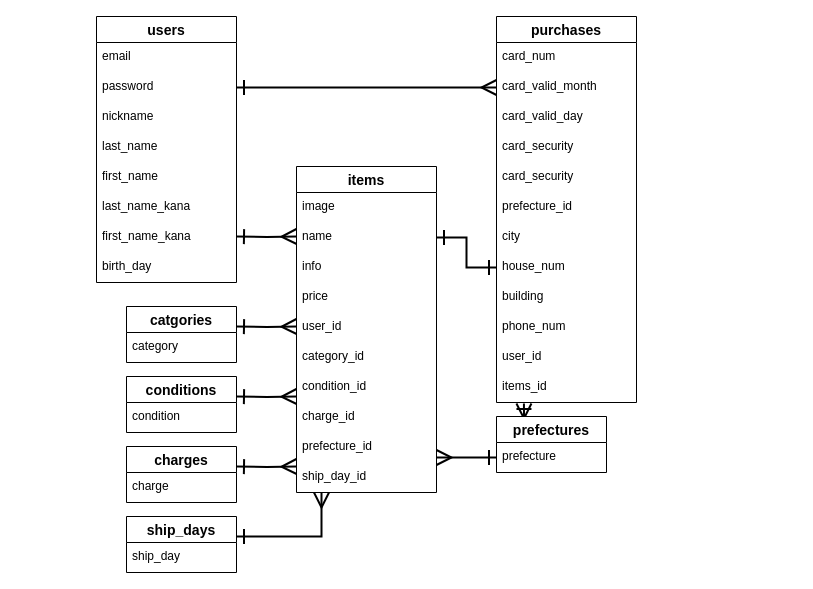
The draw.io diagram er.dio in Buchikin/furima-33942, before the edit. Source tidied: cells renumbered, new cells numbered last; positions are measured from the earlier drawing's top-left corner, leaving out a move shared by most shapes. Both pictures are drawn from the tidied source at 100%, with x=0, y=0 at pixel (96, 16).
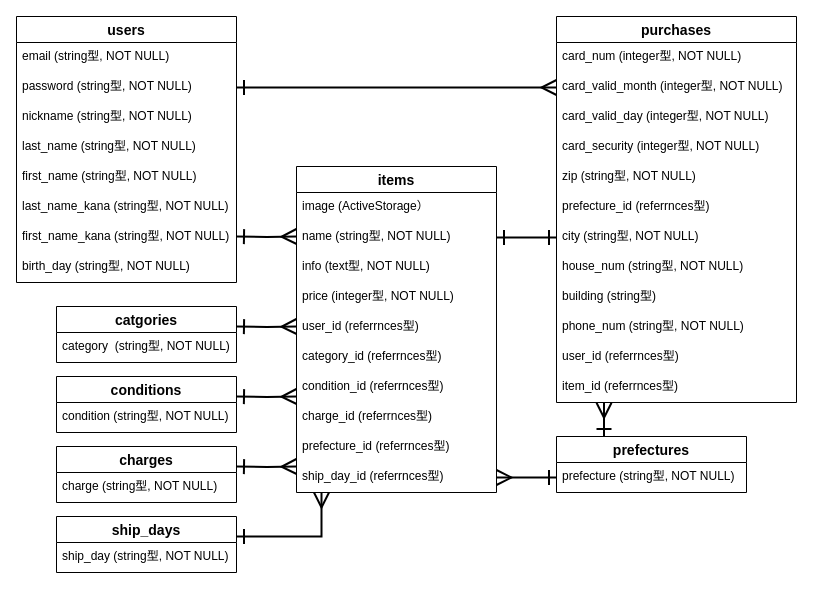
After the change.

What changed in the source:
```diff
@@
     <mxCell id="2" value="users" style="swimlane;fontStyle=1;horizontal=1;startSize=26;align=center;fontSize=14;" parent="1" vertex="1">
-      <mxGeometry width="140" height="266" as="geometry" />
+      <mxGeometry x="-80" width="220" height="266" as="geometry" />
     </mxCell>
-    <mxCell id="3" value="email" style="text;strokeColor=none;fillColor=none;spacingLeft=4;spacingRight=4;overflow=hidden;fontSize=12;" parent="2" vertex="1">
-      <mxGeometry y="26" width="140" height="30" as="geometry" />
+    <mxCell id="3" value="email (string型, NOT NULL)" style="text;strokeColor=none;fillColor=none;spacingLeft=4;spacingRight=4;overflow=hidden;fontSize=12;" parent="2" vertex="1">
+      <mxGeometry y="26" width="220" height="30" as="geometry" />
     </mxCell>
-    <mxCell id="4" value="password" style="text;strokeColor=none;fillColor=none;spacingLeft=4;spacingRight=4;overflow=hidden;points=[[0,0.5],[1,0.5]];portConstraint=eastwest;fontSize=12;" parent="2" vertex="1">
-      <mxGeometry y="56" width="140" height="30" as="geometry" />
+    <mxCell id="4" value="password (string型, NOT NULL)" style="text;strokeColor=none;fillColor=none;spacingLeft=4;spacingRight=4;overflow=hidden;points=[[0,0.5],[1,0.5]];portConstraint=eastwest;fontSize=12;" parent="2" vertex="1">
+      <mxGeometry y="56" width="220" height="30" as="geometry" />
     </mxCell>
-    <mxCell id="5" value="nickname" style="text;strokeColor=none;fillColor=none;spacingLeft=4;spacingRight=4;overflow=hidden;fontSize=12;" parent="2" vertex="1">
-      <mxGeometry y="86" width="140" height="30" as="geometry" />
+    <mxCell id="5" value="nickname (string型, NOT NULL)" style="text;strokeColor=none;fillColor=none;spacingLeft=4;spacingRight=4;overflow=hidden;fontSize=12;" parent="2" vertex="1">
+      <mxGeometry y="86" width="220" height="30" as="geometry" />
     </mxCell>
-    <mxCell id="6" value="last_name" style="text;strokeColor=none;fillColor=none;spacingLeft=4;spacingRight=4;overflow=hidden;fontSize=12;" parent="2" vertex="1">
-      <mxGeometry y="116" width="140" height="30" as="geometry" />
+    <mxCell id="6" value="last_name (string型, NOT NULL)" style="text;strokeColor=none;fillColor=none;spacingLeft=4;spacingRight=4;overflow=hidden;fontSize=12;" parent="2" vertex="1">
+      <mxGeometry y="116" width="220" height="30" as="geometry" />
     </mxCell>
-    <mxCell id="7" value="first_name" style="text;strokeColor=none;fillColor=none;spacingLeft=4;spacingRight=4;overflow=hidden;fontSize=12;" parent="2" vertex="1">
-      <mxGeometry y="146" width="140" height="30" as="geometry" />
+    <mxCell id="7" value="first_name (string型, NOT NULL)" style="text;strokeColor=none;fillColor=none;spacingLeft=4;spacingRight=4;overflow=hidden;fontSize=12;" parent="2" vertex="1">
+      <mxGeometry y="146" width="220" height="30" as="geometry" />
     </mxCell>
-    <mxCell id="8" value="last_name_kana" style="text;strokeColor=none;fillColor=none;spacingLeft=4;spacingRight=4;overflow=hidden;fontSize=12;" parent="2" vertex="1">
-      <mxGeometry y="176" width="140" height="30" as="geometry" />
+    <mxCell id="8" value="last_name_kana (string型, NOT NULL)" style="text;strokeColor=none;fillColor=none;spacingLeft=4;spacingRight=4;overflow=hidden;fontSize=12;" parent="2" vertex="1">
+      <mxGeometry y="176" width="220" height="30" as="geometry" />
     </mxCell>
-    <mxCell id="9" value="first_name_kana" style="text;strokeColor=none;fillColor=none;spacingLeft=4;spacingRight=4;overflow=hidden;fontSize=12;" parent="2" vertex="1">
-      <mxGeometry y="206" width="140" height="30" as="geometry" />
+    <mxCell id="9" value="first_name_kana (string型, NOT NULL)" style="text;strokeColor=none;fillColor=none;spacingLeft=4;spacingRight=4;overflow=hidden;fontSize=12;" parent="2" vertex="1">
+      <mxGeometry y="206" width="220" height="30" as="geometry" />
     </mxCell>
-    <mxCell id="10" value="birth_day" style="text;strokeColor=none;fillColor=none;spacingLeft=4;spacingRight=4;overflow=hidden;fontSize=12;" parent="2" vertex="1">
-      <mxGeometry y="236" width="140" height="30" as="geometry" />
+    <mxCell id="10" value="birth_day (string型, NOT NULL)" style="text;strokeColor=none;fillColor=none;spacingLeft=4;spacingRight=4;overflow=hidden;fontSize=12;" parent="2" vertex="1">
+      <mxGeometry y="236" width="220" height="30" as="geometry" />
     </mxCell>
     <mxCell id="11" value="purchases" style="swimlane;fontStyle=1;horizontal=1;startSize=26;align=center;fontSize=14;" parent="1" vertex="1">
-      <mxGeometry x="400" width="140" height="386" as="geometry" />
+      <mxGeometry x="460" width="240" height="386" as="geometry" />
     </mxCell>
-    <mxCell id="12" value="card_num" style="text;strokeColor=none;fillColor=none;spacingLeft=4;spacingRight=4;overflow=hidden;fontSize=12;" parent="11" vertex="1">
-      <mxGeometry y="26" width="140" height="30" as="geometry" />
+    <mxCell id="12" value="card_num (integer型, NOT NULL)" style="text;strokeColor=none;fillColor=none;spacingLeft=4;spacingRight=4;overflow=hidden;fontSize=12;" parent="11" vertex="1">
+      <mxGeometry y="26" width="240" height="30" as="geometry" />
     </mxCell>
-    <mxCell id="13" value="card_valid_month" style="text;strokeColor=none;fillColor=none;spacingLeft=4;spacingRight=4;overflow=hidden;points=[[0,0.5],[1,0.5]];portConstraint=eastwest;fontSize=12;" parent="11" vertex="1">
-      <mxGeometry y="56" width="140" height="30" as="geometry" />
+    <mxCell id="13" value="card_valid_month (integer型, NOT NULL)" style="text;strokeColor=none;fillColor=none;spacingLeft=4;spacingRight=4;overflow=hidden;points=[[0,0.5],[1,0.5]];portConstraint=eastwest;fontSize=12;" parent="11" vertex="1">
+      <mxGeometry y="56" width="240" height="30" as="geometry" />
     </mxCell>
-    <mxCell id="14" value="card_valid_day" style="text;strokeColor=none;fillColor=none;spacingLeft=4;spacingRight=4;overflow=hidden;fontSize=12;" parent="11" vertex="1">
-      <mxGeometry y="86" width="140" height="30" as="geometry" />
+    <mxCell id="14" value="card_valid_day (integer型, NOT NULL)" style="text;strokeColor=none;fillColor=none;spacingLeft=4;spacingRight=4;overflow=hidden;fontSize=12;" parent="11" vertex="1">
+      <mxGeometry y="86" width="240" height="30" as="geometry" />
     </mxCell>
-    <mxCell id="15" value="card_security" style="text;strokeColor=none;fillColor=none;spacingLeft=4;spacingRight=4;overflow=hidden;fontSize=12;" parent="11" vertex="1">
-      <mxGeometry y="116" width="140" height="30" as="geometry" />
+    <mxCell id="15" value="card_security (integer型, NOT NULL)" style="text;strokeColor=none;fillColor=none;spacingLeft=4;spacingRight=4;overflow=hidden;fontSize=12;" parent="11" vertex="1">
+      <mxGeometry y="116" width="240" height="30" as="geometry" />
     </mxCell>
-    <mxCell id="16" value="card_security" style="text;strokeColor=none;fillColor=none;spacingLeft=4;spacingRight=4;overflow=hidden;fontSize=12;" parent="11" vertex="1">
-      <mxGeometry y="146" width="140" height="30" as="geometry" />
+    <mxCell id="16" value="zip (string型, NOT NULL)" style="text;strokeColor=none;fillColor=none;spacingLeft=4;spacingRight=4;overflow=hidden;fontSize=12;" parent="11" vertex="1">
+      <mxGeometry y="146" width="240" height="30" as="geometry" />
     </mxCell>
-    <mxCell id="17" value="prefecture_id" style="text;strokeColor=none;fillColor=none;spacingLeft=4;spacingRight=4;overflow=hidden;fontSize=12;" parent="11" vertex="1">
-      <mxGeometry y="176" width="140" height="30" as="geometry" />
+    <mxCell id="17" value="prefecture_id (referrnces型)" style="text;strokeColor=none;fillColor=none;spacingLeft=4;spacingRight=4;overflow=hidden;fontSize=12;" parent="11" vertex="1">
+      <mxGeometry y="176" width="240" height="30" as="geometry" />
     </mxCell>
-    <mxCell id="18" value="city" style="text;strokeColor=none;fillColor=none;spacingLeft=4;spacingRight=4;overflow=hidden;points=[[0,0.5],[1,0.5]];portConstraint=eastwest;fontSize=12;" parent="11" vertex="1">
-      <mxGeometry y="206" width="140" height="30" as="geometry" />
+    <mxCell id="18" value="city (string型, NOT NULL)" style="text;strokeColor=none;fillColor=none;spacingLeft=4;spacingRight=4;overflow=hidden;points=[[0,0.5],[1,0.5]];portConstraint=eastwest;fontSize=12;" parent="11" vertex="1">
+      <mxGeometry y="206" width="240" height="30" as="geometry" />
     </mxCell>
-    <mxCell id="19" value="house_num" style="text;strokeColor=none;fillColor=none;spacingLeft=4;spacingRight=4;overflow=hidden;points=[[0,0.5],[1,0.5]];portConstraint=eastwest;fontSize=12;" parent="11" vertex="1">
-      <mxGeometry y="236" width="140" height="30" as="geometry" />
+    <mxCell id="19" value="house_num (string型, NOT NULL)" style="text;strokeColor=none;fillColor=none;spacingLeft=4;spacingRight=4;overflow=hidden;points=[[0,0.5],[1,0.5]];portConstraint=eastwest;fontSize=12;" parent="11" vertex="1">
+      <mxGeometry y="236" width="240" height="30" as="geometry" />
     </mxCell>
-    <mxCell id="20" value="building" style="text;strokeColor=none;fillColor=none;spacingLeft=4;spacingRight=4;overflow=hidden;fontSize=12;" parent="11" vertex="1">
-      <mxGeometry y="266" width="140" height="30" as="geometry" />
+    <mxCell id="20" value="building (string型)" style="text;strokeColor=none;fillColor=none;spacingLeft=4;spacingRight=4;overflow=hidden;fontSize=12;" parent="11" vertex="1">
+      <mxGeometry y="266" width="240" height="30" as="geometry" />
     </mxCell>
-    <mxCell id="21" value="phone_num" style="text;strokeColor=none;fillColor=none;spacingLeft=4;spacingRight=4;overflow=hidden;fontSize=12;" parent="11" vertex="1">
-      <mxGeometry y="296" width="140" height="30" as="geometry" />
+    <mxCell id="21" value="phone_num (string型, NOT NULL)" style="text;strokeColor=none;fillColor=none;spacingLeft=4;spacingRight=4;overflow=hidden;fontSize=12;" parent="11" vertex="1">
+      <mxGeometry y="296" width="240" height="30" as="geometry" />
     </mxCell>
-    <mxCell id="22" value="user_id" style="text;strokeColor=none;fillColor=none;spacingLeft=4;spacingRight=4;overflow=hidden;fontSize=12;" parent="11" vertex="1">
-      <mxGeometry y="326" width="140" height="30" as="geometry" />
+    <mxCell id="22" value="user_id (referrnces型)" style="text;strokeColor=none;fillColor=none;spacingLeft=4;spacingRight=4;overflow=hidden;fontSize=12;" parent="11" vertex="1">
+      <mxGeometry y="326" width="240" height="30" as="geometry" />
     </mxCell>
-    <mxCell id="23" value="items_id" style="text;strokeColor=none;fillColor=none;spacingLeft=4;spacingRight=4;overflow=hidden;points=[[0,0.5],[1,0.5]];portConstraint=eastwest;fontSize=12;" parent="11" vertex="1">
-      <mxGeometry y="356" width="140" height="30" as="geometry" />
+    <mxCell id="23" value="item_id (referrnces型)" style="text;strokeColor=none;fillColor=none;spacingLeft=4;spacingRight=4;overflow=hidden;points=[[0,0.5],[1,0.5]];portConstraint=eastwest;fontSize=12;" parent="11" vertex="1">
+      <mxGeometry y="356" width="240" height="30" as="geometry" />
     </mxCell>
     <mxCell id="24" value="items" style="swimlane;fontStyle=1;horizontal=1;startSize=26;align=center;fontSize=14;" parent="1" vertex="1">
-      <mxGeometry x="200" y="150" width="140" height="326" as="geometry" />
+      <mxGeometry x="200" y="150" width="200" height="326" as="geometry" />
     </mxCell>
-    <mxCell id="25" value="image" style="text;strokeColor=none;fillColor=none;spacingLeft=4;spacingRight=4;overflow=hidden;fontSize=12;" parent="24" vertex="1">
-      <mxGeometry y="26" width="140" height="30" as="geometry" />
+    <mxCell id="25" value="image (ActiveStorage）" style="text;strokeColor=none;fillColor=none;spacingLeft=4;spacingRight=4;overflow=hidden;fontSize=12;" parent="24" vertex="1">
+      <mxGeometry y="26" width="200" height="30" as="geometry" />
     </mxCell>
-    <mxCell id="26" value="name" style="text;strokeColor=none;fillColor=none;spacingLeft=4;spacingRight=4;overflow=hidden;points=[[0,0.5],[1,0.5]];portConstraint=eastwest;fontSize=12;" parent="24" vertex="1">
-      <mxGeometry y="56" width="140" height="30" as="geometry" />
+    <mxCell id="26" value="name (string型, NOT NULL)" style="text;strokeColor=none;fillColor=none;spacingLeft=4;spacingRight=4;overflow=hidden;points=[[0,0.5],[1,0.5]];portConstraint=eastwest;fontSize=12;" parent="24" vertex="1">
+      <mxGeometry y="56" width="200" height="30" as="geometry" />
     </mxCell>
-    <mxCell id="27" value="info" style="text;strokeColor=none;fillColor=none;spacingLeft=4;spacingRight=4;overflow=hidden;fontSize=12;" parent="24" vertex="1">
-      <mxGeometry y="86" width="140" height="30" as="geometry" />
+    <mxCell id="27" value="info (text型, NOT NULL)" style="text;strokeColor=none;fillColor=none;spacingLeft=4;spacingRight=4;overflow=hidden;fontSize=12;" parent="24" vertex="1">
+      <mxGeometry y="86" width="200" height="30" as="geometry" />
     </mxCell>
-    <mxCell id="28" value="price" style="text;strokeColor=none;fillColor=none;spacingLeft=4;spacingRight=4;overflow=hidden;fontSize=12;" parent="24" vertex="1">
-      <mxGeometry y="116" width="140" height="30" as="geometry" />
+    <mxCell id="28" value="price (integer型, NOT NULL)" style="text;strokeColor=none;fillColor=none;spacingLeft=4;spacingRight=4;overflow=hidden;fontSize=12;" parent="24" vertex="1">
+      <mxGeometry y="116" width="200" height="30" as="geometry" />
     </mxCell>
-    <mxCell id="29" value="user_id" style="text;strokeColor=none;fillColor=none;spacingLeft=4;spacingRight=4;overflow=hidden;fontSize=12;" parent="24" vertex="1">
-      <mxGeometry y="146" width="140" height="30" as="geometry" />
+    <mxCell id="29" value="user_id (referrnces型)" style="text;strokeColor=none;fillColor=none;spacingLeft=4;spacingRight=4;overflow=hidden;fontSize=12;" parent="24" vertex="1">
+      <mxGeometry y="146" width="200" height="30" as="geometry" />
     </mxCell>
-    <mxCell id="30" value="category_id" style="text;strokeColor=none;fillColor=none;spacingLeft=4;spacingRight=4;overflow=hidden;fontSize=12;" parent="24" vertex="1">
-      <mxGeometry y="176" width="140" height="30" as="geometry" />
+    <mxCell id="30" value="category_id (referrnces型)" style="text;strokeColor=none;fillColor=none;spacingLeft=4;spacingRight=4;overflow=hidden;fontSize=12;" parent="24" vertex="1">
+      <mxGeometry y="176" width="200" height="30" as="geometry" />
     </mxCell>
-    <mxCell id="31" value="condition_id" style="text;strokeColor=none;fillColor=none;spacingLeft=4;spacingRight=4;overflow=hidden;fontSize=12;" parent="24" vertex="1">
-      <mxGeometry y="206" width="140" height="30" as="geometry" />
+    <mxCell id="31" value="condition_id (referrnces型)" style="text;strokeColor=none;fillColor=none;spacingLeft=4;spacingRight=4;overflow=hidden;fontSize=12;" parent="24" vertex="1">
+      <mxGeometry y="206" width="200" height="30" as="geometry" />
     </mxCell>
-    <mxCell id="32" value="charge_id" style="text;strokeColor=none;fillColor=none;spacingLeft=4;spacingRight=4;overflow=hidden;fontSize=12;" parent="24" vertex="1">
-      <mxGeometry y="236" width="140" height="30" as="geometry" />
+    <mxCell id="32" value="charge_id (referrnces型)" style="text;strokeColor=none;fillColor=none;spacingLeft=4;spacingRight=4;overflow=hidden;fontSize=12;" parent="24" vertex="1">
+      <mxGeometry y="236" width="200" height="30" as="geometry" />
     </mxCell>
-    <mxCell id="33" value="prefecture_id" style="text;strokeColor=none;fillColor=none;spacingLeft=4;spacingRight=4;overflow=hidden;fontSize=12;" parent="24" vertex="1">
-      <mxGeometry y="266" width="140" height="30" as="geometry" />
+    <mxCell id="33" value="prefecture_id (referrnces型)" style="text;strokeColor=none;fillColor=none;spacingLeft=4;spacingRight=4;overflow=hidden;fontSize=12;" parent="24" vertex="1">
+      <mxGeometry y="266" width="200" height="30" as="geometry" />
     </mxCell>
-    <mxCell id="34" value="ship_day_id" style="text;strokeColor=none;fillColor=none;spacingLeft=4;spacingRight=4;overflow=hidden;points=[[0,0.5],[1,0.5]];portConstraint=eastwest;fontSize=12;" parent="24" vertex="1">
-      <mxGeometry y="296" width="140" height="30" as="geometry" />
+    <mxCell id="34" value="ship_day_id (referrnces型)" style="text;strokeColor=none;fillColor=none;spacingLeft=4;spacingRight=4;overflow=hidden;points=[[0,0.5],[1,0.5]];portConstraint=eastwest;fontSize=12;" parent="24" vertex="1">
+      <mxGeometry y="296" width="200" height="30" as="geometry" />
     </mxCell>
     <mxCell id="35" value="catgories" style="swimlane;fontStyle=1;horizontal=1;startSize=26;align=center;fontSize=14;" parent="1" vertex="1">
-      <mxGeometry x="30" y="290" width="110" height="56" as="geometry" />
+      <mxGeometry x="-40" y="290" width="180" height="56" as="geometry" />
     </mxCell>
-    <mxCell id="36" value="category" style="text;strokeColor=none;fillColor=none;spacingLeft=4;spacingRight=4;overflow=hidden;fontSize=12;" parent="35" vertex="1">
-      <mxGeometry y="26" width="110" height="30" as="geometry" />
+    <mxCell id="36" value="category  (string型, NOT NULL)" style="text;strokeColor=none;fillColor=none;spacingLeft=4;spacingRight=4;overflow=hidden;fontSize=12;" parent="35" vertex="1">
+      <mxGeometry y="26" width="180" height="30" as="geometry" />
     </mxCell>
     <mxCell id="37" value="conditions" style="swimlane;fontStyle=1;horizontal=1;startSize=26;align=center;fontSize=14;" parent="1" vertex="1">
-      <mxGeometry x="30" y="360" width="110" height="56" as="geometry" />
+      <mxGeometry x="-40" y="360" width="180" height="56" as="geometry" />
     </mxCell>
-    <mxCell id="38" value="condition" style="text;strokeColor=none;fillColor=none;spacingLeft=4;spacingRight=4;overflow=hidden;fontSize=12;" parent="37" vertex="1">
-      <mxGeometry y="26" width="110" height="30" as="geometry" />
+    <mxCell id="38" value="condition (string型, NOT NULL)" style="text;strokeColor=none;fillColor=none;spacingLeft=4;spacingRight=4;overflow=hidden;fontSize=12;" parent="37" vertex="1">
+      <mxGeometry y="26" width="180" height="30" as="geometry" />
     </mxCell>
     <mxCell id="39" value="charges" style="swimlane;fontStyle=1;horizontal=1;startSize=26;align=center;fontSize=14;" parent="1" vertex="1">
-      <mxGeometry x="30" y="430" width="110" height="56" as="geometry" />
+      <mxGeometry x="-40" y="430" width="180" height="56" as="geometry" />
     </mxCell>
-    <mxCell id="40" value="charge" style="text;strokeColor=none;fillColor=none;spacingLeft=4;spacingRight=4;overflow=hidden;fontSize=12;" parent="39" vertex="1">
-      <mxGeometry y="26" width="110" height="30" as="geometry" />
+    <mxCell id="40" value="charge (string型, NOT NULL)" style="text;strokeColor=none;fillColor=none;spacingLeft=4;spacingRight=4;overflow=hidden;fontSize=12;" parent="39" vertex="1">
+      <mxGeometry y="26" width="180" height="30" as="geometry" />
     </mxCell>
     <mxCell id="41" value="ship_days" style="swimlane;fontStyle=1;horizontal=1;startSize=26;align=center;fontSize=14;" parent="1" vertex="1">
-      <mxGeometry x="30" y="500" width="110" height="56" as="geometry" />
+      <mxGeometry x="-40" y="500" width="180" height="56" as="geometry" />
     </mxCell>
-    <mxCell id="42" value="ship_day" style="text;strokeColor=none;fillColor=none;spacingLeft=4;spacingRight=4;overflow=hidden;fontSize=12;" parent="41" vertex="1">
-      <mxGeometry y="26" width="110" height="30" as="geometry" />
+    <mxCell id="42" value="ship_day (string型, NOT NULL)" style="text;strokeColor=none;fillColor=none;spacingLeft=4;spacingRight=4;overflow=hidden;fontSize=12;" parent="41" vertex="1">
+      <mxGeometry y="26" width="180" height="30" as="geometry" />
     </mxCell>
-    <mxCell id="43" style="edgeStyle=orthogonalEdgeStyle;rounded=0;jettySize=auto;html=1;exitX=0.25;exitY=0;exitDx=0;exitDy=0;entryX=0.196;entryY=1.033;entryDx=0;entryDy=0;entryPerimeter=0;startArrow=ERone;startFill=0;startSize=12;endArrow=ERmany;endFill=0;endSize=12;strokeWidth=2;" parent="1" edge="1" source="44" target="23">
+    <mxCell id="43" style="edgeStyle=orthogonalEdgeStyle;rounded=0;jettySize=auto;html=1;exitX=0.25;exitY=0;exitDx=0;exitDy=0;entryX=0.198;entryY=1.006;entryDx=0;entryDy=0;entryPerimeter=0;startArrow=ERone;startFill=0;startSize=12;endArrow=ERmany;endFill=0;endSize=12;strokeWidth=2;" parent="1" edge="1" source="44" target="23">
       <mxGeometry relative="1" as="geometry" />
     </mxCell>
     <mxCell id="44" value="prefectures" style="swimlane;fontStyle=1;horizontal=1;startSize=26;align=center;fontSize=14;" parent="1" vertex="1">
-      <mxGeometry x="400" y="400" width="110" height="56" as="geometry" />
+      <mxGeometry x="460" y="420" width="190" height="56" as="geometry" />
     </mxCell>
-    <mxCell id="45" value="prefecture" style="text;strokeColor=none;fillColor=none;spacingLeft=4;spacingRight=4;overflow=hidden;points=[[0,0.5],[1,0.5]];portConstraint=eastwest;fontSize=12;" parent="44" vertex="1">
-      <mxGeometry y="26" width="110" height="30" as="geometry" />
+    <mxCell id="45" value="prefecture (string型, NOT NULL)" style="text;strokeColor=none;fillColor=none;spacingLeft=4;spacingRight=4;overflow=hidden;points=[[0,0.5],[1,0.5]];portConstraint=eastwest;fontSize=12;" parent="44" vertex="1">
+      <mxGeometry y="26" width="190" height="30" as="geometry" />
     </mxCell>
@@
-    <mxCell id="48" style="edgeStyle=orthogonalEdgeStyle;rounded=0;jettySize=auto;html=1;exitX=1;exitY=0.5;exitDx=0;exitDy=0;entryX=0;entryY=0.5;entryDx=0;entryDy=0;startArrow=ERone;startFill=0;startSize=12;endArrow=ERone;endFill=0;endSize=12;strokeWidth=2;" parent="1" edge="1" source="26" target="19">
+    <mxCell id="48" style="edgeStyle=orthogonalEdgeStyle;rounded=0;jettySize=auto;html=1;exitX=1;exitY=0.5;exitDx=0;exitDy=0;entryX=0;entryY=0.5;entryDx=0;entryDy=0;startArrow=ERone;startFill=0;startSize=12;endArrow=ERone;endFill=0;endSize=12;strokeWidth=2;" parent="1" edge="1" source="26" target="18">
       <mxGeometry relative="1" as="geometry" />
     </mxCell>
@@
     <mxCell id="53" style="edgeStyle=orthogonalEdgeStyle;rounded=0;jettySize=auto;html=1;exitX=0;exitY=0.5;exitDx=0;exitDy=0;startArrow=ERone;startFill=0;startSize=12;endArrow=ERmany;endFill=0;endSize=12;strokeWidth=2;" parent="1" edge="1" source="45">
       <mxGeometry relative="1" as="geometry">
-        <mxPoint x="340" y="441" as="targetPoint" />
+        <mxPoint x="400" y="461" as="targetPoint" />
       </mxGeometry>
     </mxCell>
```
